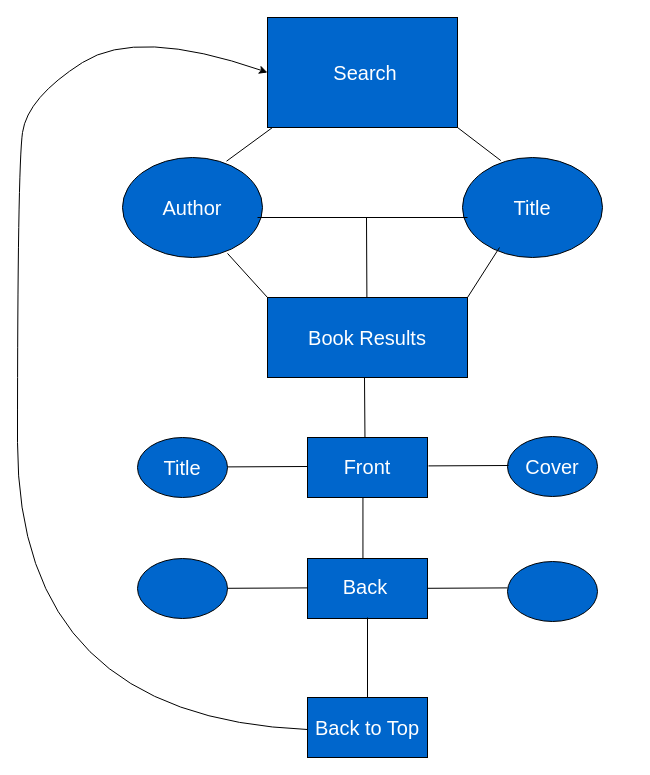
Earlier version of the draw.io diagram page "FlowChart" (1 of 4) of ReactAPI.drawio (lauraaleman3/BookApi). Source tidied: cells renumbered, new cells numbered last; positions are measured from the earlier drawing's top-left corner, leaving out a move shared by most shapes. Both pictures are drawn from the tidied source at 100%, with x=0, y=0 at pixel (17, 17).
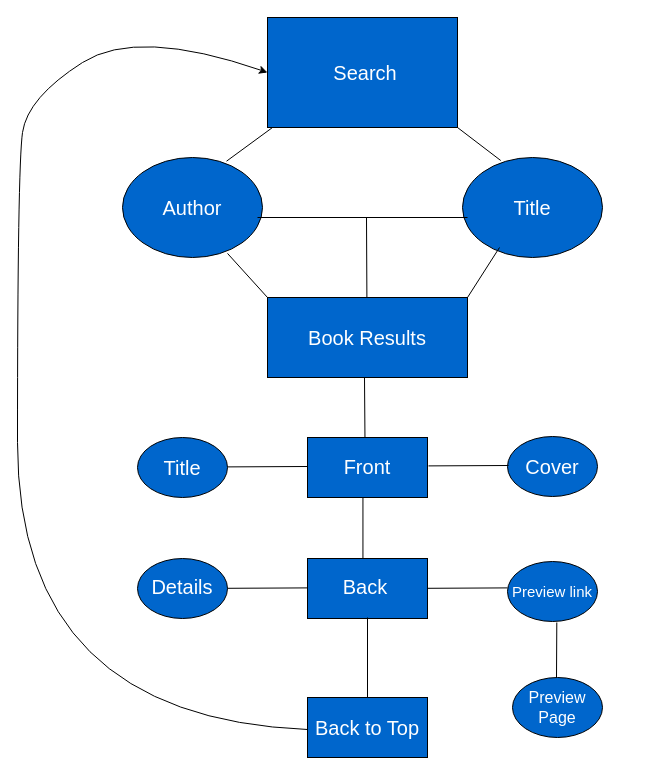
The same page after the edit.

The edit, as a diff of the source:
```diff
@@
+    <mxCell id="36" value="&lt;span style=&quot;font-size: 20px&quot;&gt;Details&lt;/span&gt;" style="text;html=1;strokeColor=none;fillColor=none;align=center;verticalAlign=middle;whiteSpace=wrap;rounded=0;labelBackgroundColor=none;fontColor=#FFFFFF;" parent="1" vertex="1">
+      <mxGeometry x="90" y="544" width="150" height="50" as="geometry" />
+    </mxCell>
+    <mxCell id="37" style="ellipse;whiteSpace=wrap;html=1;labelBackgroundColor=none;fillColor=#0066CC;fontColor=#FFFFFF;align=left;" parent="1" vertex="1">
+      <mxGeometry x="495" y="660" width="90" height="60" as="geometry" />
+    </mxCell>
+    <mxCell id="38" value="&lt;font style=&quot;font-size: 15px&quot;&gt;Preview link&lt;/font&gt;" style="text;html=1;strokeColor=none;fillColor=none;align=center;verticalAlign=middle;whiteSpace=wrap;rounded=0;labelBackgroundColor=none;fontColor=#FFFFFF;" parent="1" vertex="1">
+      <mxGeometry x="460" y="549" width="150" height="50" as="geometry" />
+    </mxCell>
+    <mxCell id="39" value="&lt;font style=&quot;font-size: 16px&quot;&gt;Preview&lt;br&gt;Page&lt;br&gt;&lt;/font&gt;" style="text;html=1;strokeColor=none;fillColor=none;align=center;verticalAlign=middle;whiteSpace=wrap;rounded=0;labelBackgroundColor=none;fontColor=#FFFFFF;" parent="1" vertex="1">
+      <mxGeometry x="465" y="665" width="150" height="50" as="geometry" />
+    </mxCell>
+    <mxCell id="40" style="endArrow=none;html=1;fontColor=#FFFFFF;" parent="1" edge="1">
+      <mxGeometry relative="1" as="geometry">
+        <mxPoint x="539.3" y="605" as="sourcePoint" />
+        <mxPoint x="539" y="660" as="targetPoint" />
+      </mxGeometry>
+    </mxCell>
```
